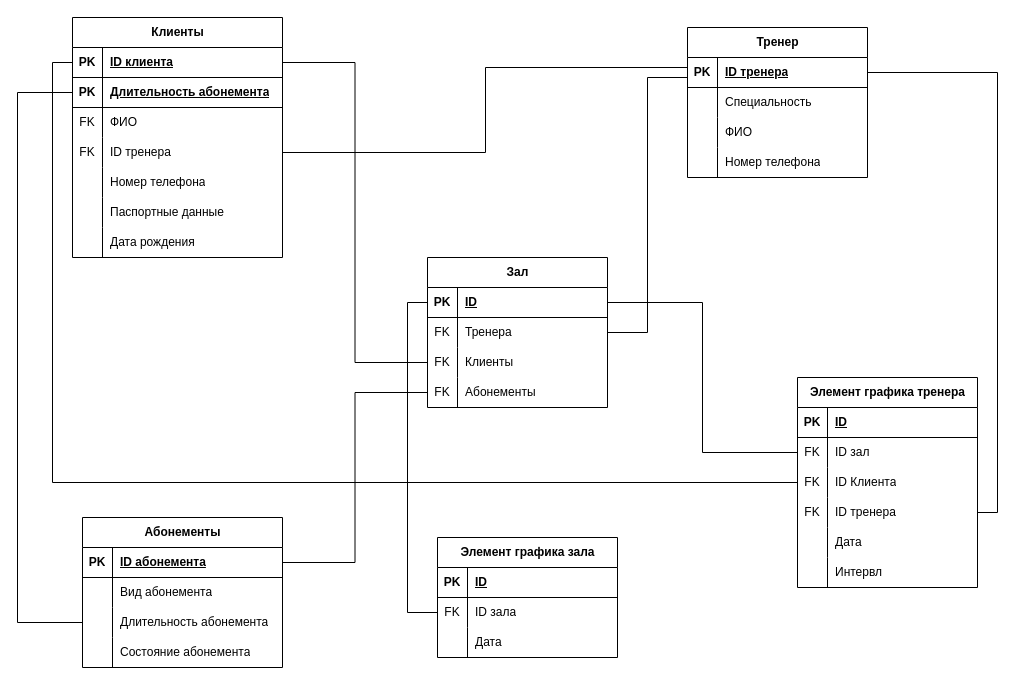
The draw.io diagram Диаграмма итоговая для проекта.drawio in Matvey-cmd/Database, before the edit. Source tidied: cells renumbered, new cells numbered last; positions are measured from the earlier drawing's top-left corner, leaving out a move shared by most shapes. Both pictures are drawn from the tidied source at 100%, with x=0, y=0 at pixel (17, 17).
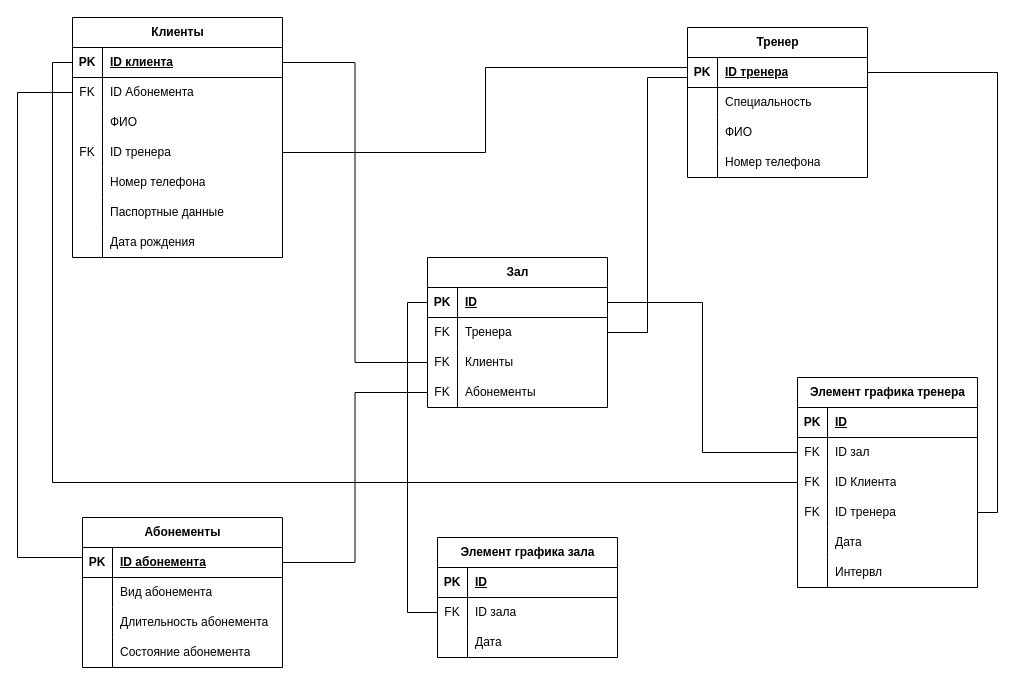
Above is the later version.

Unchanged cells that the change refers to:
```xml
<mxCell id="15" value="Клиенты" style="shape=table;startSize=30;childLayout=tableLayout;rowLines=0;fontStyle=1;align=center;html=1;" parent="1" vertex="1">
  <mxGeometry x="55" width="210" height="240" as="geometry" />
</mxCell>
<mxCell id="22" style="shape=tableRow;horizontal=0;startSize=0;swimlaneHead=0;swimlaneBody=0;fillColor=none;top=0;left=0;right=0;bottom=0;" parent="15" vertex="1">
  <mxGeometry y="90" width="210" height="30" as="geometry" />
</mxCell>
<mxCell id="76" style="shape=tableRow;horizontal=0;startSize=0;swimlaneHead=0;swimlaneBody=0;fillColor=none;points=[[0,0.5],[1,0.5]];portConstraint=eastwest;top=0;left=0;right=0;bottom=0;" parent="69" vertex="1">
  <mxGeometry y="90" width="200" height="30" as="geometry" />
</mxCell>
```

Diff of the diagram source:
```diff
@@
-    <mxCell id="19" style="shape=tableRow;horizontal=0;startSize=0;swimlaneHead=0;swimlaneBody=0;fillColor=none;points=[[0,0.5],[1,0.5]];portConstraint=eastwest;top=0;left=0;right=0;bottom=1;" parent="15" vertex="1">
-      <mxGeometry y="60" width="210" height="30" as="geometry" />
-    </mxCell>
-    <mxCell id="20" value="PK" style="shape=partialRectangle;fillColor=none;top=0;left=0;bottom=0;right=0;fontStyle=1;overflow=hidden;whiteSpace=wrap;html=1;" parent="19" vertex="1">
-      <mxGeometry width="30" height="30" as="geometry" />
-    </mxCell>
-    <mxCell id="21" value="Длительность абонемента" style="shape=partialRectangle;fillColor=none;top=0;left=0;bottom=0;right=0;align=left;spacingLeft=6;fontStyle=5;overflow=hidden;whiteSpace=wrap;html=1;" parent="19" vertex="1">
-      <mxGeometry x="30" width="180" height="30" as="geometry" />
-    </mxCell>
+    <mxCell id="101" style="shape=tableRow;horizontal=0;startSize=0;swimlaneHead=0;swimlaneBody=0;fillColor=none;top=0;left=0;right=0;bottom=0;" parent="15" vertex="1">
+      <mxGeometry y="60" width="210" height="30" as="geometry" />
+    </mxCell>
+    <mxCell id="102" value="FK" style="shape=partialRectangle;fillColor=none;top=0;left=0;bottom=0;right=0;fontStyle=0;overflow=hidden;whiteSpace=wrap;html=1;" parent="101" vertex="1">
+      <mxGeometry width="30" height="30" as="geometry" />
+    </mxCell>
+    <mxCell id="103" value="ID Абонемента" style="shape=partialRectangle;fillColor=none;top=0;left=0;bottom=0;right=0;align=left;spacingLeft=6;fontStyle=0;overflow=hidden;whiteSpace=wrap;html=1;" parent="101" vertex="1">
+      <mxGeometry x="30" width="180" height="30" as="geometry" />
+    </mxCell>
@@
-    <mxCell id="23" value="FK" style="shape=partialRectangle;fillColor=none;top=0;left=0;bottom=0;right=0;overflow=hidden;whiteSpace=wrap;html=1;" parent="22" vertex="1">
+    <mxCell id="23" style="shape=partialRectangle;fillColor=none;top=0;left=0;bottom=0;right=0;overflow=hidden;whiteSpace=wrap;html=1;" parent="22" vertex="1">
       <mxGeometry width="30" height="30" as="geometry" />
     </mxCell>
@@
-    <mxCell id="100" style="edgeStyle=orthogonalEdgeStyle;rounded=0;jettySize=auto;html=1;exitX=0;exitY=0.5;exitDx=0;exitDy=0;entryX=0;entryY=0.5;entryDx=0;entryDy=0;endArrow=none;endFill=0;" parent="1" edge="1" source="76" target="19">
+    <mxCell id="100" style="edgeStyle=orthogonalEdgeStyle;rounded=0;jettySize=auto;html=1;exitX=0;exitY=0.5;exitDx=0;exitDy=0;entryX=0;entryY=0.5;entryDx=0;entryDy=0;endArrow=none;endFill=0;" parent="1" edge="1" source="76">
       <mxGeometry relative="1" as="geometry">
+        <mxPoint x="55" y="75" as="targetPoint" />
         <Array as="points">
-          <mxPoint y="605" />
+          <mxPoint x="65" y="540" />
+          <mxPoint y="540" />
           <mxPoint y="75" />
         </Array>
       </mxGeometry>
     </mxCell>
```
